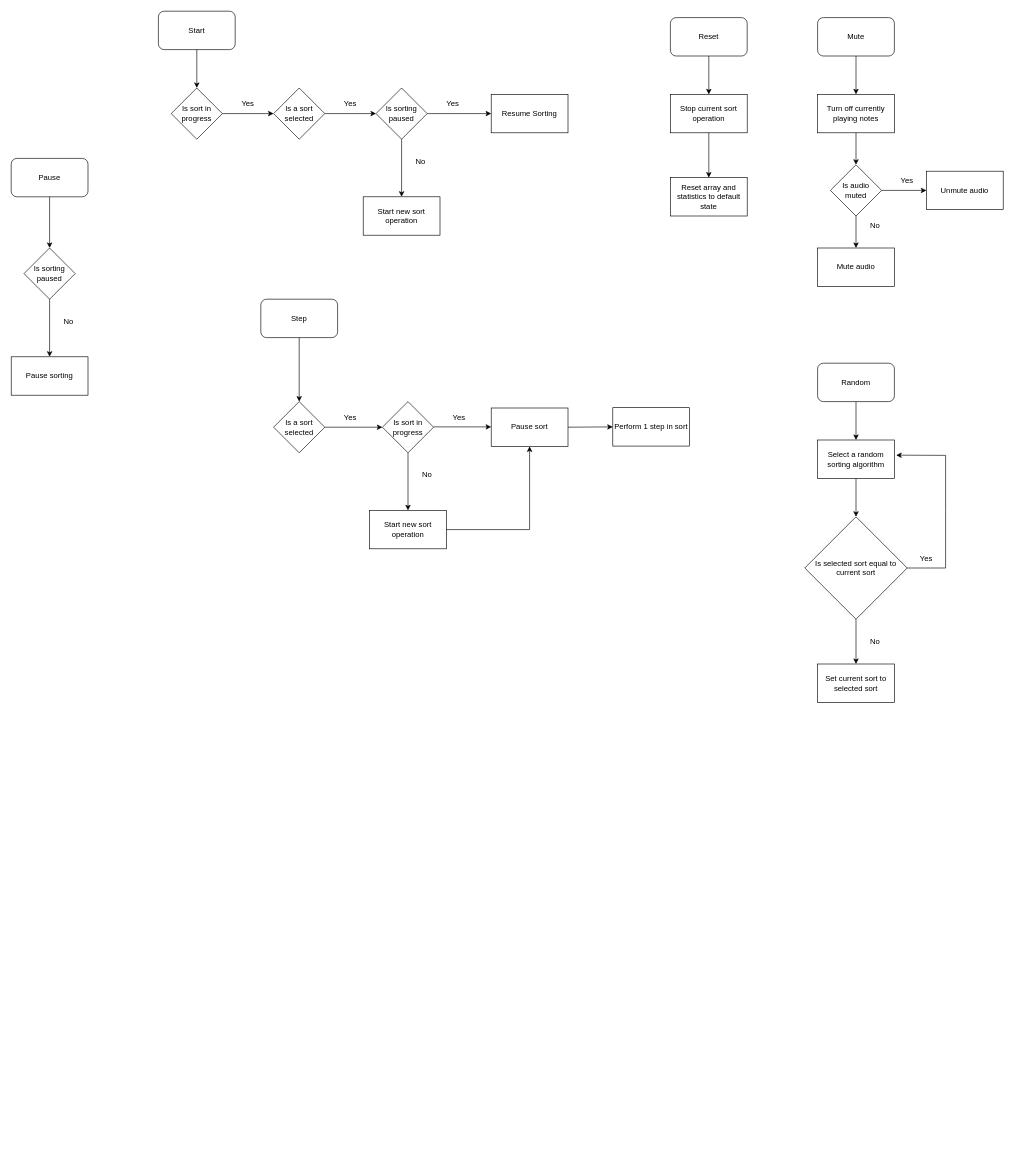
Tangent5969/Sorting keeps this draw.io diagram as documentation/Charts.drawio. Above is the earlier version. Source tidied: cells renumbered, new cells numbered last; positions are measured from the earlier drawing's top-left corner, leaving out a move shared by most shapes. Both pictures are drawn from the tidied source at 64%, with x=0, y=0 at pixel (11, 11).
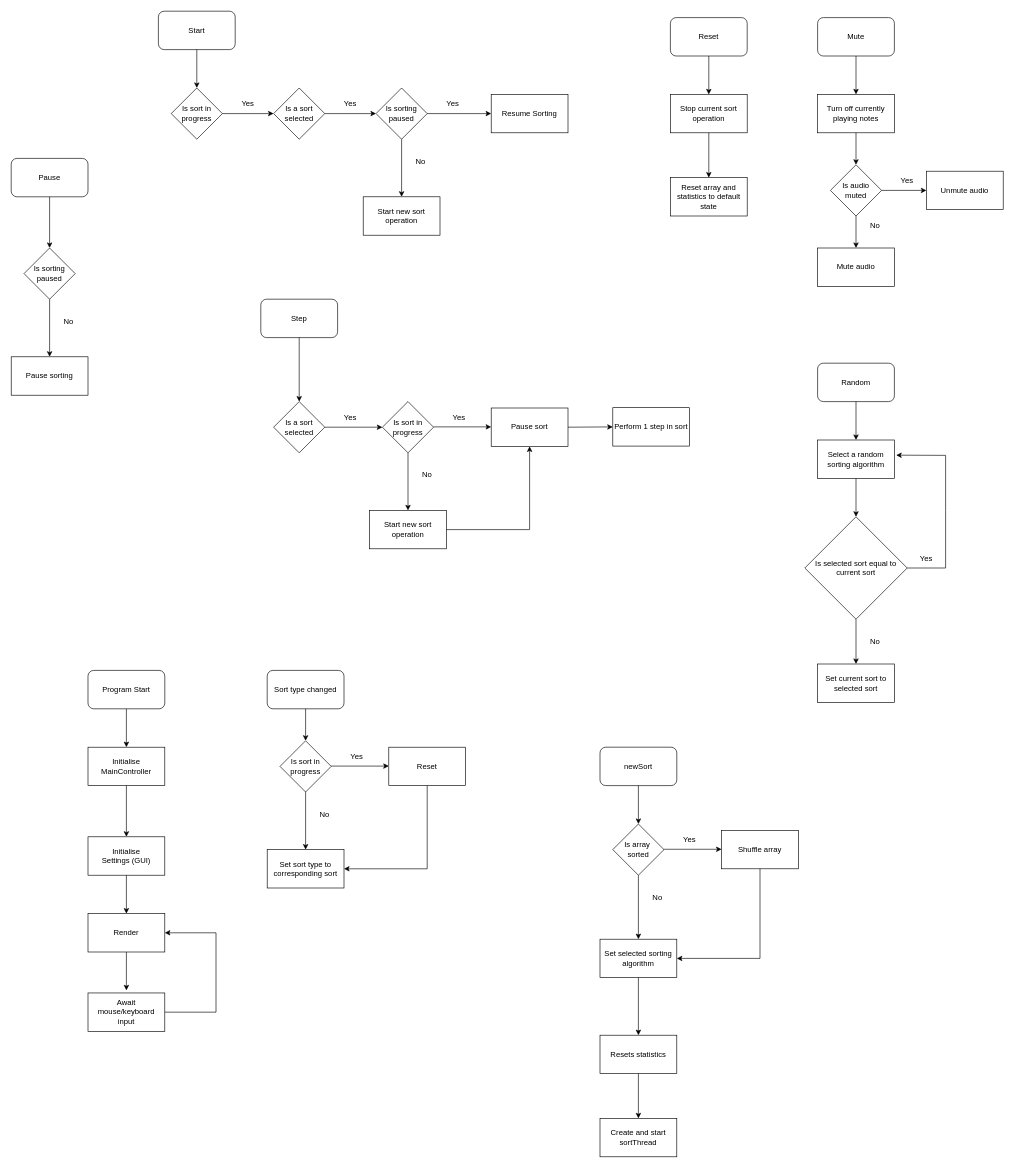
The same page after the edit.

What changed in the source:
```diff
@@
+    <mxCell id="64" value="Program Start" style="rounded=1;whiteSpace=wrap;html=1;" parent="1" vertex="1">
+      <mxGeometry x="120" y="1030" width="120" height="60" as="geometry" />
+    </mxCell>
+    <mxCell id="65" value="Initialise MainController" style="rounded=0;whiteSpace=wrap;html=1;" parent="1" vertex="1">
+      <mxGeometry x="120" y="1150" width="120" height="60" as="geometry" />
+    </mxCell>
+    <mxCell id="66" value="Initialise Settings&amp;nbsp;(GUI)" style="rounded=0;whiteSpace=wrap;html=1;" parent="1" vertex="1">
+      <mxGeometry x="120" y="1290" width="120" height="60" as="geometry" />
+    </mxCell>
+    <mxCell id="67" style="endArrow=classic;html=1;rounded=0;exitX=0.5;exitY=1;exitDx=0;exitDy=0;entryX=0.5;entryY=0;entryDx=0;entryDy=0;" parent="1" edge="1" source="65" target="66">
+      <mxGeometry relative="1" as="geometry" />
+    </mxCell>
+    <mxCell id="68" style="endArrow=classic;html=1;rounded=0;exitX=0.5;exitY=1;exitDx=0;exitDy=0;entryX=0.5;entryY=0;entryDx=0;entryDy=0;" parent="1" edge="1" source="64" target="65">
+      <mxGeometry relative="1" as="geometry" />
+    </mxCell>
+    <mxCell id="69" value="Render" style="rounded=0;whiteSpace=wrap;html=1;" parent="1" vertex="1">
+      <mxGeometry x="120" y="1410" width="120" height="60" as="geometry" />
+    </mxCell>
+    <mxCell id="70" value="Await mouse/keyboard input" style="rounded=0;whiteSpace=wrap;html=1;" parent="1" vertex="1">
+      <mxGeometry x="120" y="1534" width="120" height="60" as="geometry" />
+    </mxCell>
+    <mxCell id="71" style="endArrow=classic;html=1;rounded=0;exitX=0.5;exitY=1;exitDx=0;exitDy=0;entryX=0.5;entryY=0;entryDx=0;entryDy=0;" parent="1" edge="1" source="66" target="69">
+      <mxGeometry relative="1" as="geometry" />
+    </mxCell>
+    <mxCell id="72" style="endArrow=classic;html=1;rounded=0;exitX=1;exitY=0.5;exitDx=0;exitDy=0;entryX=1;entryY=0.5;entryDx=0;entryDy=0;" parent="1" edge="1" source="70" target="69">
+      <mxGeometry relative="1" as="geometry">
+        <Array as="points">
+          <mxPoint x="320" y="1564" />
+          <mxPoint x="320" y="1440" />
+        </Array>
+      </mxGeometry>
+    </mxCell>
+    <mxCell id="73" style="endArrow=classic;html=1;rounded=0;exitX=0.5;exitY=1;exitDx=0;exitDy=0;" parent="1" edge="1" source="69">
+      <mxGeometry relative="1" as="geometry">
+        <mxPoint x="180" y="1530" as="targetPoint" />
+      </mxGeometry>
+    </mxCell>
+    <mxCell id="74" value="Sort type changed" style="rounded=1;whiteSpace=wrap;html=1;" parent="1" vertex="1">
+      <mxGeometry x="400" y="1030" width="120" height="60" as="geometry" />
+    </mxCell>
+    <mxCell id="75" value="Is sort in progress" style="rhombus;whiteSpace=wrap;html=1;" parent="1" vertex="1">
+      <mxGeometry x="420" y="1140" width="80" height="80" as="geometry" />
+    </mxCell>
+    <mxCell id="76" style="endArrow=classic;html=1;rounded=0;exitX=1;exitY=0.5;exitDx=0;exitDy=0;entryX=0;entryY=0.5;entryDx=0;entryDy=0;" parent="1" edge="1">
+      <mxGeometry relative="1" as="geometry">
+        <mxPoint x="500" y="1179.5" as="sourcePoint" />
+        <mxPoint x="590" y="1179.5" as="targetPoint" />
+      </mxGeometry>
+    </mxCell>
+    <mxCell id="77" value="Yes" style="text;html=1;align=center;verticalAlign=middle;whiteSpace=wrap;rounded=0;" parent="1" vertex="1">
+      <mxGeometry x="510" y="1149.5" width="60" height="30" as="geometry" />
+    </mxCell>
+    <mxCell id="78" style="endArrow=classic;html=1;rounded=0;exitX=0.5;exitY=1;exitDx=0;exitDy=0;entryX=0.5;entryY=0;entryDx=0;entryDy=0;" parent="1" edge="1">
+      <mxGeometry relative="1" as="geometry">
+        <mxPoint x="460" y="1220" as="sourcePoint" />
+        <mxPoint x="460" y="1310" as="targetPoint" />
+      </mxGeometry>
+    </mxCell>
+    <mxCell id="79" value="No" style="text;html=1;align=center;verticalAlign=middle;whiteSpace=wrap;rounded=0;" parent="1" vertex="1">
+      <mxGeometry x="460" y="1240" width="60" height="30" as="geometry" />
+    </mxCell>
+    <mxCell id="80" style="endArrow=classic;html=1;rounded=0;exitX=0.5;exitY=1;exitDx=0;exitDy=0;entryX=0.5;entryY=0;entryDx=0;entryDy=0;" parent="1" edge="1" source="74" target="75">
+      <mxGeometry relative="1" as="geometry" />
+    </mxCell>
+    <mxCell id="81" value="Reset" style="rounded=0;whiteSpace=wrap;html=1;" parent="1" vertex="1">
+      <mxGeometry x="590" y="1150" width="120" height="60" as="geometry" />
+    </mxCell>
+    <mxCell id="82" value="Set sort type to corresponding sort" style="rounded=0;whiteSpace=wrap;html=1;" parent="1" vertex="1">
+      <mxGeometry x="400" y="1310" width="120" height="60" as="geometry" />
+    </mxCell>
+    <mxCell id="83" style="endArrow=classic;html=1;rounded=0;exitX=0.5;exitY=1;exitDx=0;exitDy=0;entryX=1;entryY=0.5;entryDx=0;entryDy=0;" parent="1" edge="1" source="81" target="82">
+      <mxGeometry relative="1" as="geometry">
+        <Array as="points">
+          <mxPoint x="650" y="1340" />
+        </Array>
+      </mxGeometry>
+    </mxCell>
+    <mxCell id="84" value="newSort" style="rounded=1;whiteSpace=wrap;html=1;" parent="1" vertex="1">
+      <mxGeometry x="920" y="1150" width="120" height="60" as="geometry" />
+    </mxCell>
+    <mxCell id="85" value="Set selected sorting algorithm" style="rounded=0;whiteSpace=wrap;html=1;" parent="1" vertex="1">
+      <mxGeometry x="920" y="1450" width="120" height="60" as="geometry" />
+    </mxCell>
+    <mxCell id="86" value="Resets statistics" style="rounded=0;whiteSpace=wrap;html=1;" parent="1" vertex="1">
+      <mxGeometry x="920" y="1600" width="120" height="60" as="geometry" />
+    </mxCell>
+    <mxCell id="87" value="Create and start sortThread" style="rounded=0;whiteSpace=wrap;html=1;" parent="1" vertex="1">
+      <mxGeometry x="920" y="1730" width="120" height="60" as="geometry" />
+    </mxCell>
+    <mxCell id="88" style="endArrow=classic;html=1;rounded=0;entryX=0.5;entryY=0;entryDx=0;entryDy=0;" parent="1" edge="1" target="87">
+      <mxGeometry relative="1" as="geometry">
+        <mxPoint x="980" y="1660" as="sourcePoint" />
+      </mxGeometry>
+    </mxCell>
+    <mxCell id="89" style="endArrow=classic;html=1;rounded=0;exitX=0.5;exitY=1;exitDx=0;exitDy=0;entryX=0.5;entryY=0;entryDx=0;entryDy=0;" parent="1" edge="1" source="85" target="86">
+      <mxGeometry relative="1" as="geometry" />
+    </mxCell>
+    <mxCell id="90" value="Is array&amp;nbsp;&lt;div&gt;sorted&lt;/div&gt;" style="rhombus;whiteSpace=wrap;html=1;" parent="1" vertex="1">
+      <mxGeometry x="940" y="1270" width="80" height="80" as="geometry" />
+    </mxCell>
+    <mxCell id="91" style="endArrow=classic;html=1;rounded=0;exitX=1;exitY=0.5;exitDx=0;exitDy=0;entryX=0;entryY=0.5;entryDx=0;entryDy=0;" parent="1" edge="1">
+      <mxGeometry relative="1" as="geometry">
+        <mxPoint x="1020" y="1309.5" as="sourcePoint" />
+        <mxPoint x="1110" y="1309.5" as="targetPoint" />
+      </mxGeometry>
+    </mxCell>
+    <mxCell id="92" value="Yes" style="text;html=1;align=center;verticalAlign=middle;whiteSpace=wrap;rounded=0;" parent="1" vertex="1">
+      <mxGeometry x="1030" y="1279.5" width="60" height="30" as="geometry" />
+    </mxCell>
+    <mxCell id="93" style="endArrow=classic;html=1;rounded=0;exitX=0.5;exitY=1;exitDx=0;exitDy=0;entryX=0.5;entryY=0;entryDx=0;entryDy=0;" parent="1" edge="1" target="85">
+      <mxGeometry relative="1" as="geometry">
+        <mxPoint x="980" y="1350" as="sourcePoint" />
+      </mxGeometry>
+    </mxCell>
+    <mxCell id="94" value="No" style="text;html=1;align=center;verticalAlign=middle;whiteSpace=wrap;rounded=0;" parent="1" vertex="1">
+      <mxGeometry x="980" y="1370" width="60" height="30" as="geometry" />
+    </mxCell>
+    <mxCell id="95" style="endArrow=classic;html=1;rounded=0;exitX=0.5;exitY=1;exitDx=0;exitDy=0;entryX=0.5;entryY=0;entryDx=0;entryDy=0;" parent="1" edge="1" source="84" target="90">
+      <mxGeometry relative="1" as="geometry" />
+    </mxCell>
+    <mxCell id="96" value="Shuffle array" style="rounded=0;whiteSpace=wrap;html=1;" parent="1" vertex="1">
+      <mxGeometry x="1110" y="1280" width="120" height="60" as="geometry" />
+    </mxCell>
+    <mxCell id="97" style="endArrow=classic;html=1;rounded=0;exitX=0.5;exitY=1;exitDx=0;exitDy=0;entryX=1;entryY=0.5;entryDx=0;entryDy=0;" parent="1" edge="1" source="96" target="85">
+      <mxGeometry relative="1" as="geometry">
+        <Array as="points">
+          <mxPoint x="1170" y="1480" />
+        </Array>
+      </mxGeometry>
+    </mxCell>
```
